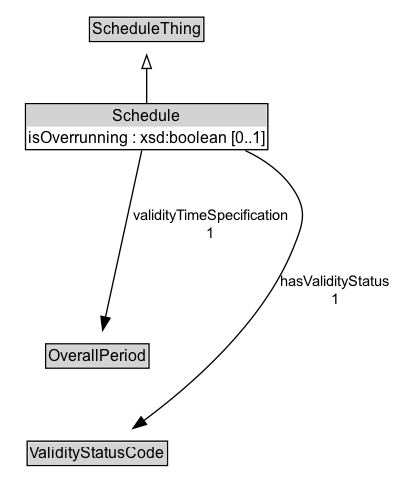
The Graphviz diagram docs/diagrams/Schedule.dot.png in k-vaughn/ontology-its-time, before a commit. Its source is kept beside it as docs/diagrams/Schedule.dot. The source it was exported from:
```dot
digraph {
	graph [overlap=false rankdir=TB splines=true]
	node [fontname=Arial fontsize=12 margin=0 shape=none]
	edge [fontname=Arial fontsize=11]
	{
		rank=source
		ScheduleThing [label=<<TABLE BORDER="1" CELLBORDER="0" CELLSPACING="0" CELLPADDING="1"><TR><TD BGCOLOR="lightgray" ALIGN="CENTER">ScheduleThing</TD></TR></TABLE>> URL="../ScheduleThing" margin=0]
	}
	Schedule [label=<<TABLE BORDER="1" CELLBORDER="0" CELLSPACING="0" CELLPADDING="1"><TR><TD BGCOLOR="lightgray" ALIGN="CENTER">Schedule</TD></TR><TR><TD ALIGN="LEFT">isOverrunning : xsd:boolean [0..1]</TD></TR></TABLE>> URL="../Schedule" margin=0]
	{
		rank=max
	}
	subgraph cluster_associated {
		label="" style=invis
		Invis [label=<<TABLE BORDER="0" CELLBORDER="0" CELLSPACING="0" CELLPADDING="1"><TR><TD></TD></TR></TABLE>> margin=0 style=invis]
		OverallPeriod [label=<<TABLE BORDER="1" CELLBORDER="0" CELLSPACING="0" CELLPADDING="1"><TR><TD BGCOLOR="lightgray" ALIGN="CENTER">OverallPeriod</TD></TR></TABLE>> URL="../OverallPeriod" margin=0]
		ValidityStatusCode [label=<<TABLE BORDER="1" CELLBORDER="0" CELLSPACING="0" CELLPADDING="1"><TR><TD BGCOLOR="lightgray" ALIGN="CENTER">ValidityStatusCode</TD></TR></TABLE>> URL="../ValidityStatusCode" margin=0]
	}
	Schedule -> ScheduleThing [arrowhead=onormal style=solid]
	Schedule -> Invis [style=invis]
	Invis -> OverallPeriod [style=invis]
	OverallPeriod -> ValidityStatusCode [style=invis]
	OverallPeriod [label=<<TABLE BORDER="1" CELLBORDER="0" CELLSPACING="0" CELLPADDING="1"><TR><TD BGCOLOR="lightgray" ALIGN="CENTER">OverallPeriod</TD></TR></TABLE>> URL="../OverallPeriod" margin=0]
	Schedule -> OverallPeriod [label="validityTimeSpecification
1" arrowhead=normal style=solid]
	ValidityStatusCode [label=<<TABLE BORDER="1" CELLBORDER="0" CELLSPACING="0" CELLPADDING="1"><TR><TD BGCOLOR="lightgray" ALIGN="CENTER">ValidityStatusCode</TD></TR></TABLE>> URL="../ValidityStatusCode" margin=0]
	Schedule -> ValidityStatusCode [label="hasValidityStatus
1" arrowhead=normal style=solid]
}
```
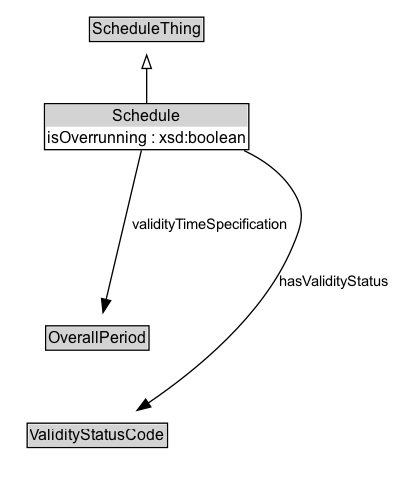
After the commit.

The edit, as a diff of the source:
```diff
@@ -6,7 +6,7 @@
 		rank=source
 		ScheduleThing [label=<<TABLE BORDER="1" CELLBORDER="0" CELLSPACING="0" CELLPADDING="1"><TR><TD BGCOLOR="lightgray" ALIGN="CENTER">ScheduleThing</TD></TR></TABLE>> URL="../ScheduleThing" margin=0]
 	}
-	Schedule [label=<<TABLE BORDER="1" CELLBORDER="0" CELLSPACING="0" CELLPADDING="1"><TR><TD BGCOLOR="lightgray" ALIGN="CENTER">Schedule</TD></TR><TR><TD ALIGN="LEFT">isOverrunning : xsd:boolean [0..1]</TD></TR></TABLE>> URL="../Schedule" margin=0]
+	Schedule [label=<<TABLE BORDER="1" CELLBORDER="0" CELLSPACING="0" CELLPADDING="1"><TR><TD BGCOLOR="lightgray" ALIGN="CENTER">Schedule</TD></TR><TR><TD ALIGN="LEFT">isOverrunning : xsd:boolean</TD></TR></TABLE>> URL="../Schedule" margin=0]
 	{
 		rank=max
 	}
@@ -21,9 +21,7 @@
 	Invis -> OverallPeriod [style=invis]
 	OverallPeriod -> ValidityStatusCode [style=invis]
 	OverallPeriod [label=<<TABLE BORDER="1" CELLBORDER="0" CELLSPACING="0" CELLPADDING="1"><TR><TD BGCOLOR="lightgray" ALIGN="CENTER">OverallPeriod</TD></TR></TABLE>> URL="../OverallPeriod" margin=0]
-	Schedule -> OverallPeriod [label="validityTimeSpecification
-1" arrowhead=normal style=solid]
+	Schedule -> OverallPeriod [label=validityTimeSpecification arrowhead=normal style=solid]
 	ValidityStatusCode [label=<<TABLE BORDER="1" CELLBORDER="0" CELLSPACING="0" CELLPADDING="1"><TR><TD BGCOLOR="lightgray" ALIGN="CENTER">ValidityStatusCode</TD></TR></TABLE>> URL="../ValidityStatusCode" margin=0]
-	Schedule -> ValidityStatusCode [label="hasValidityStatus
-1" arrowhead=normal style=solid]
+	Schedule -> ValidityStatusCode [label=hasValidityStatus arrowhead=normal style=solid]
 }
```
